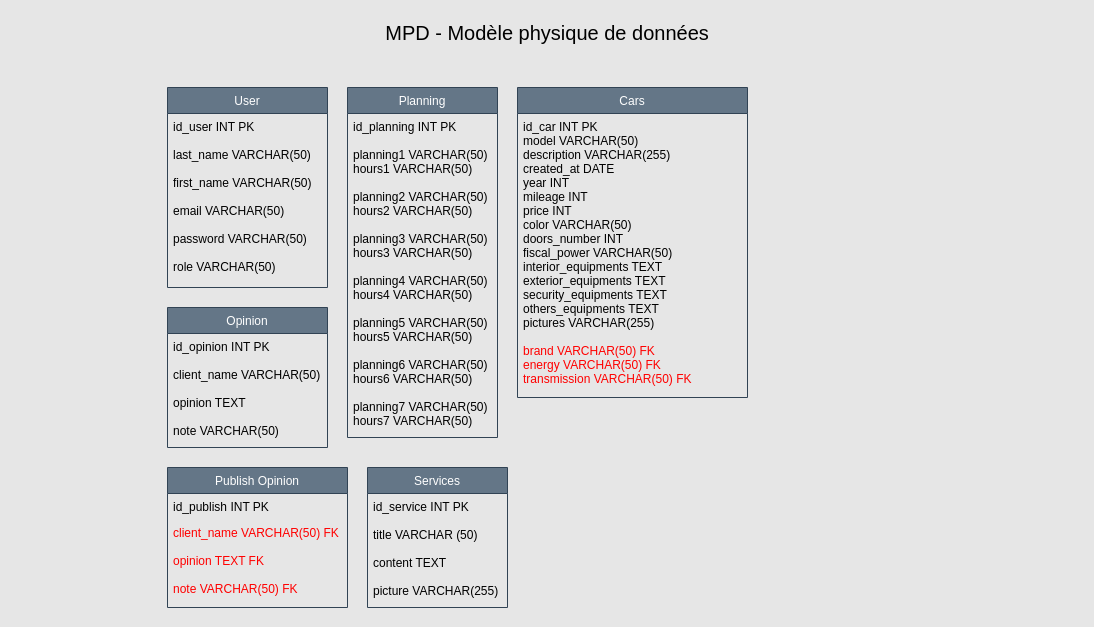
Before: Diagrammes/MPD.drawio in Neeruam244/garageparrot, a draw.io diagram. Source tidied: cells renumbered, new cells numbered last; positions are measured from the earlier drawing's top-left corner, leaving out a move shared by most shapes. Both pictures are drawn from the tidied source at 100%, with x=0, y=0 at pixel (17, 17).
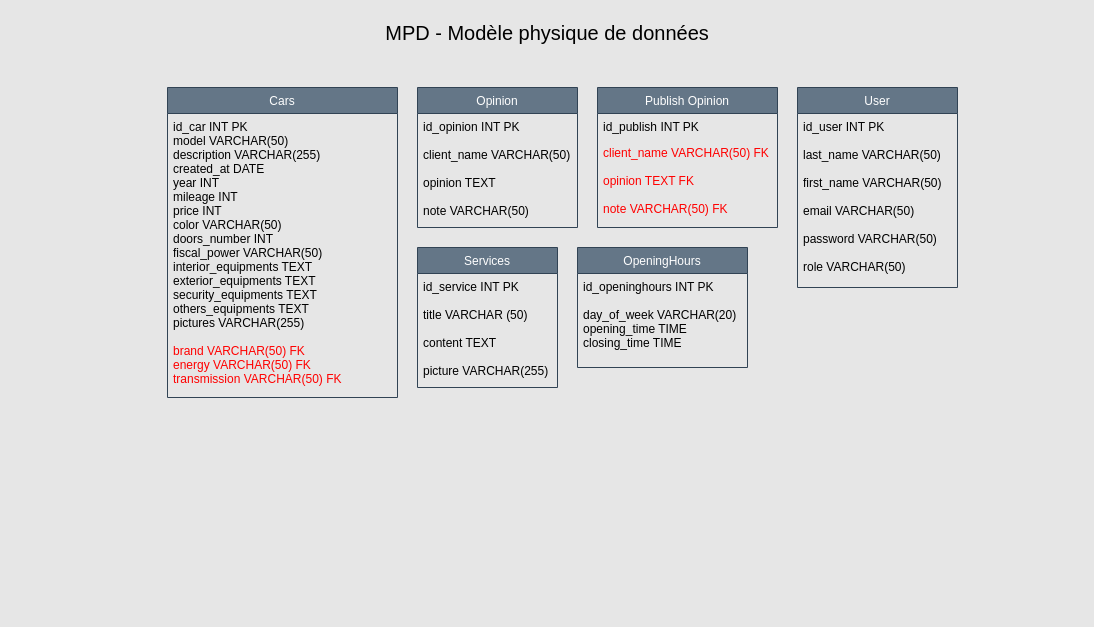
The same page after the edit.

What changed in the source:
```diff
@@
 <mxGraphModel background="#E6E6E6">
   <root>
     <mxCell id="0" />
     <mxCell id="1" parent="0" />
     <mxCell id="2" value="Services" style="swimlane;fontStyle=0;horizontal=1;startSize=26;fillColor=#647687;fontColor=#ffffff;strokeColor=#314354;" parent="1" vertex="1">
-      <mxGeometry x="350" y="450" width="140" height="140" as="geometry" />
+      <mxGeometry x="400" y="230" width="140" height="140" as="geometry" />
     </mxCell>
     <mxCell id="3" value="id_service INT PK&#10;&#10;title VARCHAR (50)&#10;&#10;content TEXT&#10; &#10;picture VARCHAR(255)" style="text;strokeColor=none;fillColor=none;align=left;verticalAlign=top;spacingLeft=4;spacingRight=4;overflow=hidden;fontColor=#000000;" parent="2" vertex="1">
       <mxGeometry y="26" width="140" height="114" as="geometry" />
     </mxCell>
     <mxCell id="4" value="MPD - Modèle physique de données" style="text;html=1;strokeColor=none;fillColor=none;align=center;verticalAlign=middle;whiteSpace=wrap;rounded=0;fontColor=#000000;fontSize=20;" parent="1" vertex="1">
       <mxGeometry width="1060" height="30" as="geometry" />
     </mxCell>
-    <mxCell id="5" value="Planning" style="swimlane;fontStyle=0;horizontal=1;startSize=26;fillColor=#647687;fontColor=#ffffff;strokeColor=#314354;" parent="1" vertex="1">
-      <mxGeometry x="330" y="70" width="150" height="350" as="geometry" />
+    <mxCell id="5" value="OpeningHours" style="swimlane;fontStyle=0;horizontal=1;startSize=26;fillColor=#647687;fontColor=#ffffff;strokeColor=#314354;" parent="1" vertex="1">
+      <mxGeometry x="560" y="230" width="170" height="120" as="geometry" />
     </mxCell>
-    <mxCell id="6" value="id_planning INT PK&#10;&#10;planning1 VARCHAR(50)&#10;hours1 VARCHAR(50)&#10;&#10;planning2 VARCHAR(50)&#10;hours2 VARCHAR(50)&#10;&#10;planning3 VARCHAR(50)&#10;hours3 VARCHAR(50)&#10;&#10;planning4 VARCHAR(50)&#10;hours4 VARCHAR(50)&#10;&#10;planning5 VARCHAR(50)&#10;hours5 VARCHAR(50)&#10;&#10;planning6 VARCHAR(50)&#10;hours6 VARCHAR(50)&#10;&#10;planning7 VARCHAR(50)&#10;hours7 VARCHAR(50)" style="text;strokeColor=none;fillColor=none;align=left;verticalAlign=top;spacingLeft=4;spacingRight=4;overflow=hidden;fontColor=#000000;" parent="5" vertex="1">
-      <mxGeometry y="26" width="150" height="324" as="geometry" />
+    <mxCell id="6" value="id_openinghours INT PK&#10;&#10;day_of_week VARCHAR(20)&#10;opening_time TIME&#10;closing_time TIME    " style="text;strokeColor=none;fillColor=none;align=left;verticalAlign=top;spacingLeft=4;spacingRight=4;overflow=hidden;fontColor=#000000;" parent="5" vertex="1">
+      <mxGeometry y="26" width="170" height="94" as="geometry" />
     </mxCell>
     <mxCell id="7" value="Opinion" style="swimlane;fontStyle=0;horizontal=1;startSize=26;fillColor=#647687;fontColor=#ffffff;strokeColor=#314354;" parent="1" vertex="1">
-      <mxGeometry x="150" y="290" width="160" height="140" as="geometry" />
+      <mxGeometry x="400" y="70" width="160" height="140" as="geometry" />
     </mxCell>
     <mxCell id="8" value="id_opinion INT PK&#10;&#10;client_name VARCHAR(50)&#10;&#10;opinion TEXT&#10;&#10;note VARCHAR(50)" style="text;strokeColor=none;fillColor=none;align=left;verticalAlign=top;spacingLeft=4;spacingRight=4;overflow=hidden;fontColor=#000000;" parent="7" vertex="1">
       <mxGeometry y="26" width="160" height="114" as="geometry" />
     </mxCell>
     <mxCell id="9" value="Publish Opinion" style="swimlane;fontStyle=0;horizontal=1;startSize=26;fillColor=#647687;fontColor=#ffffff;strokeColor=#314354;" parent="1" vertex="1">
-      <mxGeometry x="150" y="450" width="180" height="140" as="geometry" />
+      <mxGeometry x="580" y="70" width="180" height="140" as="geometry" />
     </mxCell>
     <mxCell id="10" value="id_publish INT PK" style="text;strokeColor=none;fillColor=none;align=left;verticalAlign=top;spacingLeft=4;spacingRight=4;overflow=hidden;fontColor=#000000;" parent="9" vertex="1">
       <mxGeometry y="26" width="180" height="26" as="geometry" />
     </mxCell>
     <mxCell id="11" value="client_name VARCHAR(50) FK&#10;&#10;opinion TEXT FK&#10;&#10;note VARCHAR(50) FK" style="text;strokeColor=none;fillColor=none;align=left;verticalAlign=top;spacingLeft=4;spacingRight=4;overflow=hidden;fontColor=#FF0000;" parent="9" vertex="1">
       <mxGeometry y="52" width="180" height="88" as="geometry" />
     </mxCell>
     <mxCell id="12" value="Cars" style="swimlane;fontStyle=0;horizontal=1;startSize=26;fillColor=#647687;fontColor=#ffffff;strokeColor=#314354;" parent="1" vertex="1">
-      <mxGeometry x="500" y="70" width="230" height="310" as="geometry" />
+      <mxGeometry x="150" y="70" width="230" height="310" as="geometry" />
     </mxCell>
     <mxCell id="13" value="id_car INT PK&#10;model VARCHAR(50)&#10;description VARCHAR(255)&#10;created_at DATE&#10;year INT&#10;mileage INT&#10;price INT &#10;color VARCHAR(50)&#10;doors_number INT&#10;fiscal_power VARCHAR(50)&#10;interior_equipments TEXT&#10;exterior_equipments TEXT&#10;security_equipments TEXT&#10;others_equipments TEXT&#10;pictures VARCHAR(255)" style="text;strokeColor=none;fillColor=none;align=left;verticalAlign=top;spacingLeft=4;spacingRight=4;overflow=hidden;fontColor=#000000;" parent="12" vertex="1">
       <mxGeometry y="26" width="230" height="224" as="geometry" />
     </mxCell>
     <mxCell id="14" value="brand VARCHAR(50) FK&#10;energy VARCHAR(50) FK&#10;transmission VARCHAR(50) FK " style="text;strokeColor=none;fillColor=none;align=left;verticalAlign=top;spacingLeft=4;spacingRight=4;overflow=hidden;fontColor=#FF0000;" parent="12" vertex="1">
       <mxGeometry y="250" width="230" height="60" as="geometry" />
     </mxCell>
     <mxCell id="15" value="User" style="swimlane;fontStyle=0;horizontal=1;startSize=26;fillColor=#647687;fontColor=#ffffff;strokeColor=#314354;" parent="1" vertex="1">
-      <mxGeometry x="150" y="70" width="160" height="200" as="geometry" />
+      <mxGeometry x="780" y="70" width="160" height="200" as="geometry" />
     </mxCell>
     <mxCell id="16" value="id_user INT PK&#10;&#10;last_name VARCHAR(50) &#10;&#10;first_name VARCHAR(50)&#10;&#10;email VARCHAR(50)&#10;&#10;password VARCHAR(50) &#10;&#10;role VARCHAR(50)" style="text;strokeColor=none;fillColor=none;align=left;verticalAlign=top;spacingLeft=4;spacingRight=4;overflow=hidden;fontColor=#000000;" parent="15" vertex="1">
       <mxGeometry y="26" width="160" height="174" as="geometry" />
     </mxCell>
   </root>
 </mxGraphModel>
```
